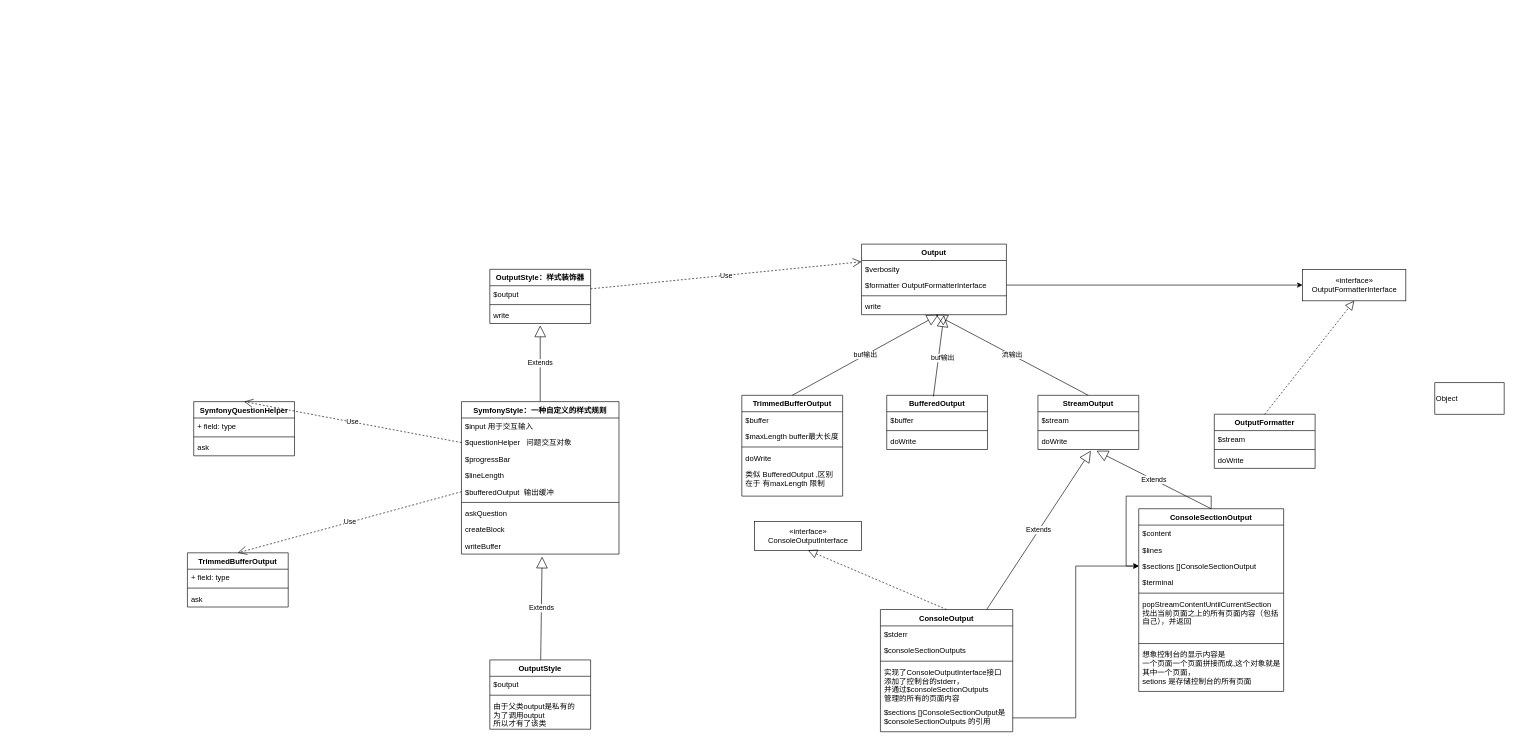
Above: page "IO-output" (3 of 3) of draw.io/lumen/command.drawio in liaoque/php-old-project (draw.io), before the change. Source tidied: cells renumbered, new cells numbered last; positions are measured from the earlier drawing's top-left corner, leaving out a move shared by most shapes. Both pictures are drawn from the tidied source at 63%, with x=0, y=0 at pixel (187, 244).
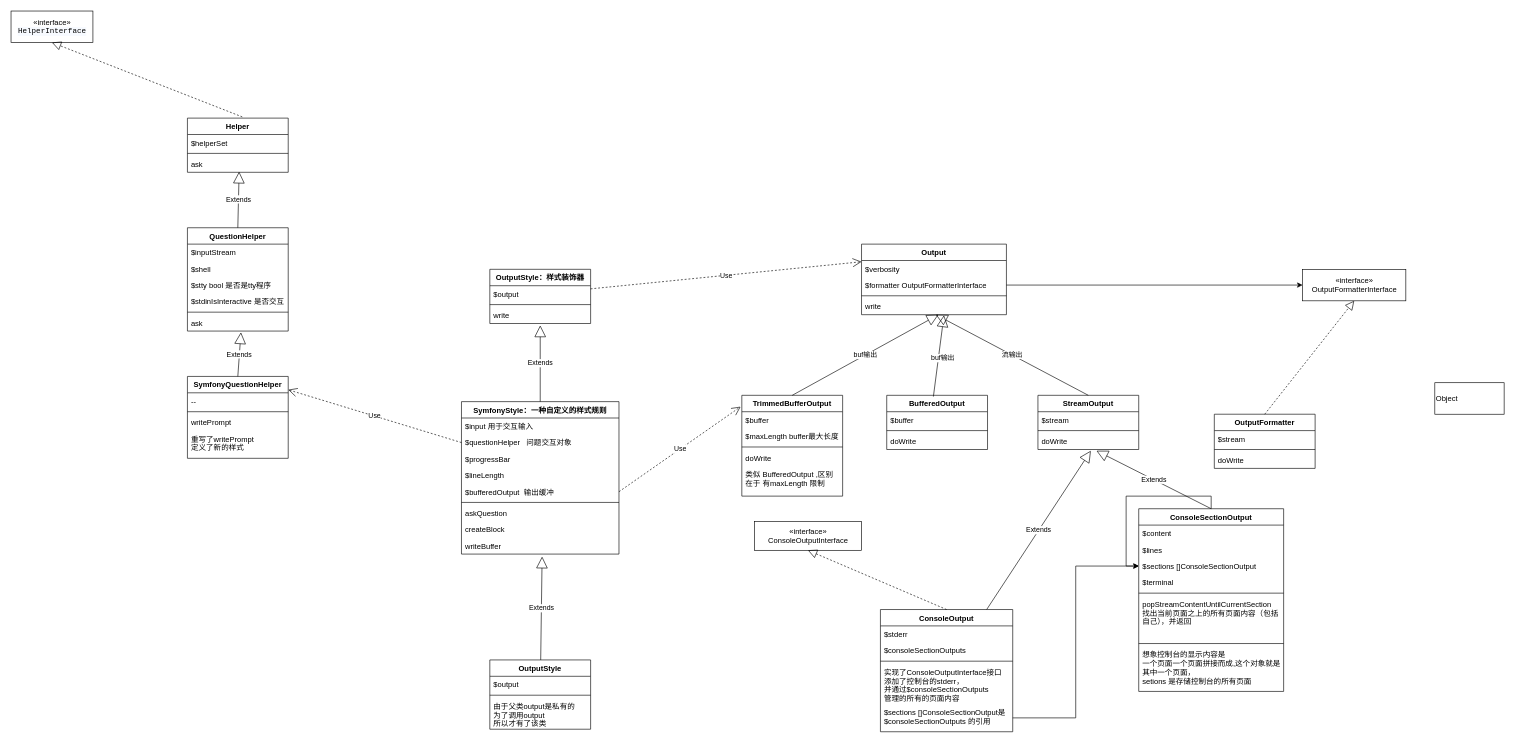
The same diagram, later.

The change refers to these unchanged cells:
```xml
<mxCell id="8" value="$questionHelper   问题交互对象" style="text;strokeColor=none;fillColor=none;align=left;verticalAlign=top;spacingLeft=4;spacingRight=4;overflow=hidden;points=[[0,0.5],[1,0.5]];portConstraint=eastwest;" parent="6" vertex="1">
  <mxGeometry y="52" width="250" height="26" as="geometry" />
</mxCell>
<mxCell id="11" value="$bufferedOutput  输出缓冲" style="text;strokeColor=none;fillColor=none;align=left;verticalAlign=top;spacingLeft=4;spacingRight=4;overflow=hidden;points=[[0,0.5],[1,0.5]];portConstraint=eastwest;" parent="6" vertex="1">
  <mxGeometry y="130" width="250" height="26" as="geometry" />
</mxCell>
<mxCell id="65" value="TrimmedBufferOutput" style="swimlane;fontStyle=1;align=center;verticalAlign=top;horizontal=1;startSize=26;" parent="1" vertex="1">
  <mxGeometry x="880" y="240" width="160" height="160" as="geometry" />
</mxCell>
```

Change to the diagram source:
```diff
@@
     <mxCell id="46" value="SymfonyQuestionHelper" style="swimlane;fontStyle=1;align=center;verticalAlign=top;horizontal=1;startSize=26;" parent="1" vertex="1">
-      <mxGeometry x="10" y="250" width="160" height="86" as="geometry" />
+      <mxGeometry y="210" width="160" height="130" as="geometry" />
     </mxCell>
-    <mxCell id="47" value="+ field: type" style="text;strokeColor=none;fillColor=none;align=left;verticalAlign=top;spacingLeft=4;spacingRight=4;overflow=hidden;" parent="46" vertex="1">
+    <mxCell id="47" value="--" style="text;strokeColor=none;fillColor=none;align=left;verticalAlign=top;spacingLeft=4;spacingRight=4;overflow=hidden;" parent="46" vertex="1">
       <mxGeometry y="26" width="160" height="26" as="geometry" />
     </mxCell>
@@
-    <mxCell id="49" value="ask" style="text;strokeColor=none;fillColor=none;align=left;verticalAlign=top;spacingLeft=4;spacingRight=4;overflow=hidden;" parent="46" vertex="1">
+    <mxCell id="49" value="writePrompt" style="text;strokeColor=none;fillColor=none;align=left;verticalAlign=top;spacingLeft=4;spacingRight=4;overflow=hidden;" parent="46" vertex="1">
       <mxGeometry y="60" width="160" height="26" as="geometry" />
     </mxCell>
-    <mxCell id="50" value="TrimmedBufferOutput" style="swimlane;fontStyle=1;align=center;verticalAlign=top;horizontal=1;startSize=26;" parent="1" vertex="1">
-      <mxGeometry y="490" width="160" height="86" as="geometry" />
-    </mxCell>
-    <mxCell id="51" value="+ field: type" style="text;strokeColor=none;fillColor=none;align=left;verticalAlign=top;spacingLeft=4;spacingRight=4;overflow=hidden;" parent="50" vertex="1">
-      <mxGeometry y="26" width="160" height="26" as="geometry" />
-    </mxCell>
-    <mxCell id="52" style="line;strokeWidth=1;fillColor=none;align=left;verticalAlign=middle;spacingTop=-1;spacingLeft=3;spacingRight=3;labelPosition=right;" parent="50" vertex="1">
-      <mxGeometry y="52" width="160" height="8" as="geometry" />
-    </mxCell>
-    <mxCell id="53" value="ask" style="text;strokeColor=none;fillColor=none;align=left;verticalAlign=top;spacingLeft=4;spacingRight=4;overflow=hidden;points=[[0,0.5],[1,0.5]];portConstraint=eastwest;" parent="50" vertex="1">
-      <mxGeometry y="60" width="160" height="26" as="geometry" />
-    </mxCell>
+    <mxCell id="84" value="重写了writePrompt&#10;定义了新的样式" style="text;strokeColor=none;fillColor=none;align=left;verticalAlign=top;spacingLeft=4;spacingRight=4;overflow=hidden;" parent="46" vertex="1">
+      <mxGeometry y="86" width="160" height="44" as="geometry" />
+    </mxCell>
@@
-    <mxCell id="82" value="Use" style="endArrow=open;endSize=12;dashed=1;html=1;rounded=0;entryX=0.5;entryY=0;entryDx=0;entryDy=0;exitX=0;exitY=0.5;exitDx=0;exitDy=0;" parent="1" edge="1" source="11" target="50">
+    <mxCell id="82" value="Use" style="endArrow=open;endSize=12;dashed=1;html=1;rounded=0;entryX=-0.012;entryY=0.113;entryDx=0;entryDy=0;exitX=1;exitY=0.5;exitDx=0;exitDy=0;entryPerimeter=0;" parent="1" edge="1" source="11" target="65">
       <mxGeometry relative="1" as="geometry" />
     </mxCell>
-    <mxCell id="83" value="Use" style="endArrow=open;endSize=12;dashed=1;html=1;rounded=0;entryX=0.5;entryY=0;entryDx=0;entryDy=0;exitX=0;exitY=0.5;exitDx=0;exitDy=0;" parent="1" edge="1" source="8" target="46">
+    <mxCell id="83" value="Use" style="endArrow=open;endSize=12;dashed=1;html=1;rounded=0;entryX=1;entryY=0.163;entryDx=0;entryDy=0;exitX=0;exitY=0.5;exitDx=0;exitDy=0;entryPerimeter=0;" parent="1" edge="1" source="8" target="46">
       <mxGeometry relative="1" as="geometry" />
     </mxCell>
+    <mxCell id="85" value="QuestionHelper" style="swimlane;fontStyle=1;align=center;verticalAlign=top;horizontal=1;startSize=26;" parent="1" vertex="1">
+      <mxGeometry y="-26" width="160" height="164" as="geometry" />
+    </mxCell>
+    <mxCell id="86" value="$inputStream" style="text;strokeColor=none;fillColor=none;align=left;verticalAlign=top;spacingLeft=4;spacingRight=4;overflow=hidden;" parent="85" vertex="1">
+      <mxGeometry y="26" width="160" height="26" as="geometry" />
+    </mxCell>
+    <mxCell id="87" value="$shell" style="text;strokeColor=none;fillColor=none;align=left;verticalAlign=top;spacingLeft=4;spacingRight=4;overflow=hidden;" parent="85" vertex="1">
+      <mxGeometry y="52" width="160" height="26" as="geometry" />
+    </mxCell>
+    <mxCell id="88" value="$stty bool 是否是tty程序" style="text;strokeColor=none;fillColor=none;align=left;verticalAlign=top;spacingLeft=4;spacingRight=4;overflow=hidden;" parent="85" vertex="1">
+      <mxGeometry y="78" width="160" height="26" as="geometry" />
+    </mxCell>
+    <mxCell id="89" value="$stdinIsInteractive 是否交互" style="text;strokeColor=none;fillColor=none;align=left;verticalAlign=top;spacingLeft=4;spacingRight=4;overflow=hidden;" parent="85" vertex="1">
+      <mxGeometry y="104" width="160" height="26" as="geometry" />
+    </mxCell>
+    <mxCell id="90" style="line;strokeWidth=1;fillColor=none;align=left;verticalAlign=middle;spacingTop=-1;spacingLeft=3;spacingRight=3;labelPosition=right;" parent="85" vertex="1">
+      <mxGeometry y="130" width="160" height="8" as="geometry" />
+    </mxCell>
+    <mxCell id="91" value="ask" style="text;strokeColor=none;fillColor=none;align=left;verticalAlign=top;spacingLeft=4;spacingRight=4;overflow=hidden;points=[[0,0.5],[1,0.5]];portConstraint=eastwest;" parent="85" vertex="1">
+      <mxGeometry y="138" width="160" height="26" as="geometry" />
+    </mxCell>
+    <mxCell id="92" value="Helper" style="swimlane;fontStyle=1;align=center;verticalAlign=top;horizontal=1;startSize=26;" parent="1" vertex="1">
+      <mxGeometry y="-200" width="160" height="86" as="geometry" />
+    </mxCell>
+    <mxCell id="93" value="$helperSet" style="text;strokeColor=none;fillColor=none;align=left;verticalAlign=top;spacingLeft=4;spacingRight=4;overflow=hidden;" parent="92" vertex="1">
+      <mxGeometry y="26" width="160" height="26" as="geometry" />
+    </mxCell>
+    <mxCell id="52" style="line;strokeWidth=1;fillColor=none;align=left;verticalAlign=middle;spacingTop=-1;spacingLeft=3;spacingRight=3;labelPosition=right;" parent="92" vertex="1">
+      <mxGeometry y="52" width="160" height="8" as="geometry" />
+    </mxCell>
+    <mxCell id="53" value="ask" style="text;strokeColor=none;fillColor=none;align=left;verticalAlign=top;spacingLeft=4;spacingRight=4;overflow=hidden;points=[[0,0.5],[1,0.5]];portConstraint=eastwest;" parent="92" vertex="1">
+      <mxGeometry y="60" width="160" height="26" as="geometry" />
+    </mxCell>
+    <mxCell id="94" value="«interface»&lt;br&gt;&lt;span style=&quot;background-color: rgb(247 , 250 , 255) ; font-family: &amp;#34;jetbrains mono&amp;#34; , monospace ; font-size: 9pt&quot;&gt;HelperInterface&lt;/span&gt;" style="html=1;" parent="1" vertex="1">
+      <mxGeometry x="-280" y="-370" width="130" height="50" as="geometry" />
+    </mxCell>
+    <mxCell id="95" value="Extends" style="endArrow=block;endSize=16;endFill=0;html=1;rounded=0;entryX=0.513;entryY=0.962;entryDx=0;entryDy=0;entryPerimeter=0;exitX=0.5;exitY=0;exitDx=0;exitDy=0;" parent="1" edge="1" source="85" target="53">
+      <mxGeometry relative="1" as="geometry" />
+    </mxCell>
+    <mxCell id="96" value="Extends" style="endArrow=block;endSize=16;endFill=0;html=1;rounded=0;entryX=0.531;entryY=1.077;entryDx=0;entryDy=0;entryPerimeter=0;exitX=0.5;exitY=0;exitDx=0;exitDy=0;" parent="1" edge="1" source="46" target="91">
+      <mxGeometry relative="1" as="geometry" />
+    </mxCell>
+    <mxCell id="97" style="endArrow=block;dashed=1;endFill=0;endSize=12;html=1;rounded=0;entryX=0.5;entryY=1;entryDx=0;entryDy=0;exitX=0.544;exitY=-0.023;exitDx=0;exitDy=0;exitPerimeter=0;" parent="1" edge="1" source="92" target="94">
+      <mxGeometry relative="1" as="geometry" />
+    </mxCell>
```
